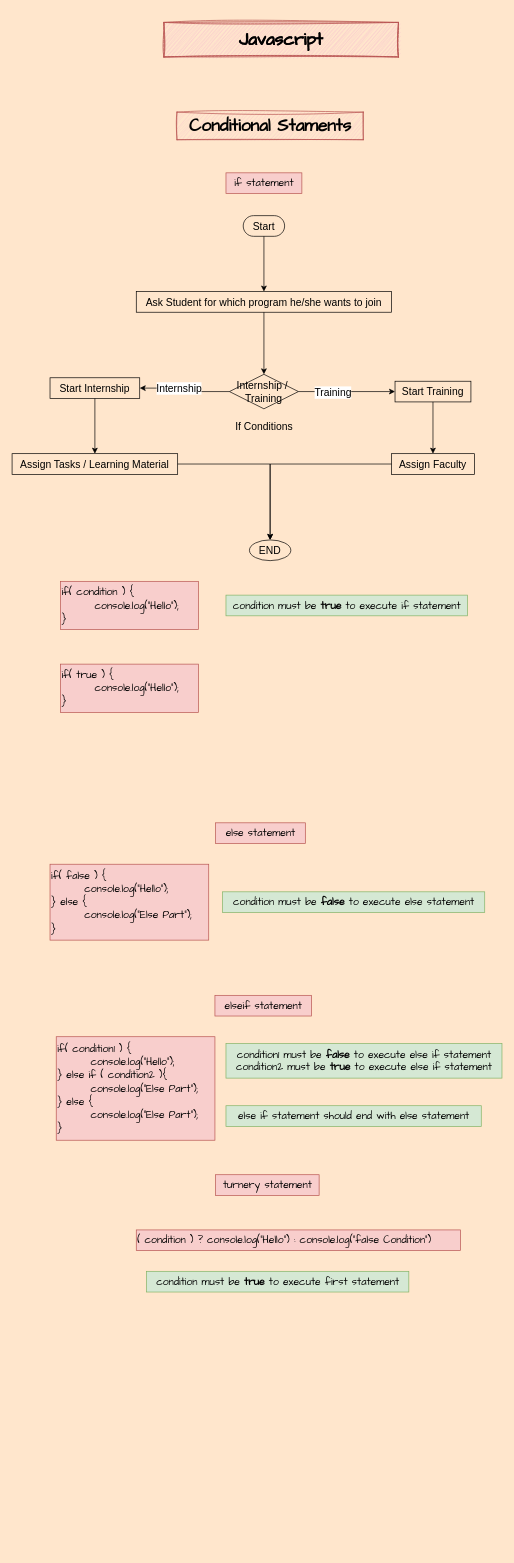
Earlier version of the draw.io diagram page "conditional statments" (2 of 3) of javascript basic to advance.drawio (Shiksha-Skills-Institute/web-development-notes). Source tidied: cells renumbered, new cells numbered last; positions are measured from the earlier drawing's top-left corner, leaving out a move shared by most shapes. Both pictures are drawn from the tidied source at 69%, with x=0, y=0 at pixel (12, 22).
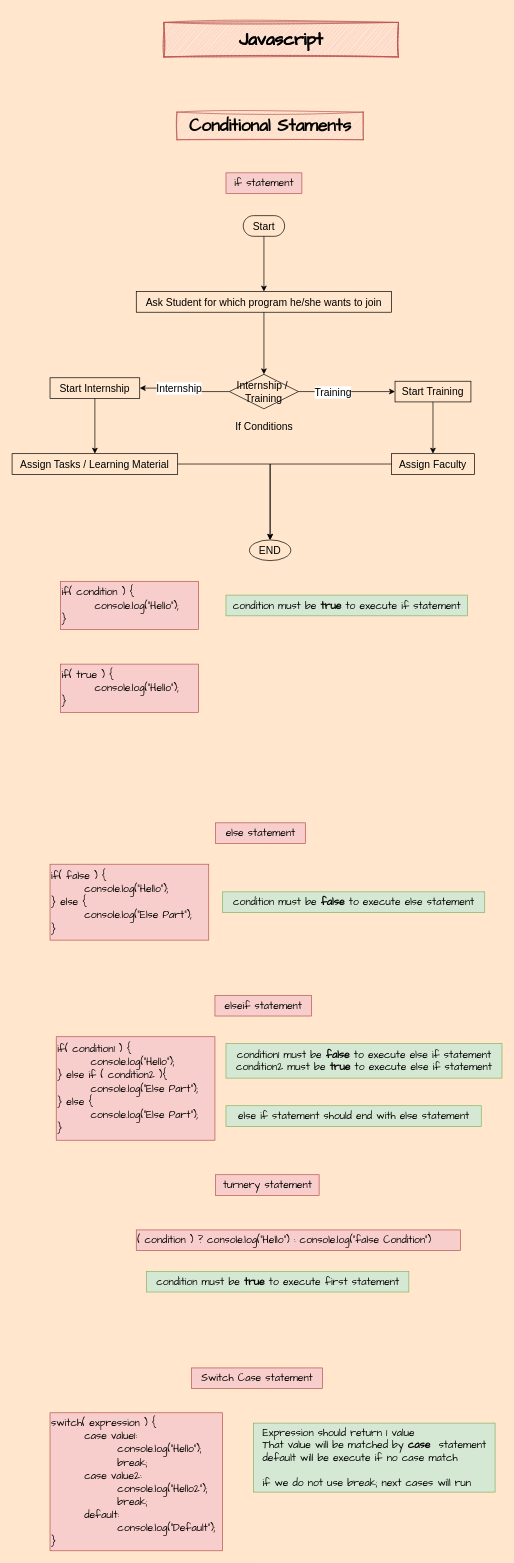
The same diagram, later.

What changed in the source:
```diff
@@
+    <mxCell id="38" value="&lt;font face=&quot;Comic Sans MS&quot;&gt;&lt;span&gt;switch(&amp;nbsp;&lt;/span&gt;&lt;/font&gt;&lt;span style=&quot;font-family: &amp;quot;Comic Sans MS&amp;quot;;&quot;&gt;expression&lt;/span&gt;&lt;font face=&quot;Comic Sans MS&quot;&gt;&lt;span&gt;&amp;nbsp;) {&lt;/span&gt;&lt;/font&gt;&lt;div&gt;&lt;font face=&quot;Comic Sans MS&quot;&gt;&lt;span style=&quot;white-space: pre;&quot;&gt;&#9;&lt;/span&gt;case value1:&lt;/font&gt;&lt;/div&gt;&lt;div&gt;&lt;font face=&quot;Comic Sans MS&quot;&gt;&lt;span style=&quot;white-space: pre;&quot;&gt;&#9;&lt;/span&gt;&lt;span style=&quot;white-space: pre;&quot;&gt;&#9;&lt;/span&gt;console.log(&quot;Hello&quot;);&lt;/font&gt;&lt;/div&gt;&lt;div&gt;&lt;font face=&quot;Comic Sans MS&quot;&gt;&lt;span style=&quot;white-space: pre;&quot;&gt;&#9;&lt;/span&gt;&lt;span style=&quot;white-space: pre;&quot;&gt;&#9;&lt;/span&gt;break;&lt;/font&gt;&lt;/div&gt;&lt;div&gt;&lt;font face=&quot;Comic Sans MS&quot;&gt;&lt;span style=&quot;white-space: pre;&quot;&gt;&#9;&lt;/span&gt;case value2:&lt;br&gt;&lt;/font&gt;&lt;/div&gt;&lt;div&gt;&lt;font face=&quot;Comic Sans MS&quot;&gt;&lt;span style=&quot;white-space: pre;&quot;&gt;&#9;&lt;span style=&quot;white-space: pre;&quot;&gt;&#9;&lt;/span&gt;&lt;/span&gt;&lt;/font&gt;&lt;span style=&quot;font-family: &amp;quot;Comic Sans MS&amp;quot;; background-color: transparent; color: light-dark(rgb(0, 0, 0), rgb(255, 255, 255));&quot;&gt;console.log(&quot;Hello2&quot;);&lt;/span&gt;&lt;div&gt;&lt;font face=&quot;Comic Sans MS&quot;&gt;&lt;span style=&quot;white-space-collapse: preserve;&quot;&gt;&#9;&lt;/span&gt;&lt;span style=&quot;white-space-collapse: preserve;&quot;&gt;&#9;&lt;/span&gt;break;&lt;/font&gt;&lt;/div&gt;&lt;div&gt;&lt;font face=&quot;Comic Sans MS&quot;&gt;&lt;span style=&quot;white-space: pre;&quot;&gt;&#9;&lt;/span&gt;default:&lt;br&gt;&lt;/font&gt;&lt;/div&gt;&lt;div&gt;&lt;font face=&quot;Comic Sans MS&quot;&gt;&lt;span style=&quot;white-space: pre;&quot;&gt;&#9;&lt;/span&gt;&lt;span style=&quot;white-space: pre;&quot;&gt;&#9;&lt;/span&gt;console.log(&quot;Default&quot;);&lt;br&gt;&lt;/font&gt;&lt;/div&gt;&lt;div&gt;&lt;span style=&quot;font-family: &amp;quot;Comic Sans MS&amp;quot;; background-color: transparent; color: light-dark(rgb(0, 0, 0), rgb(255, 255, 255));&quot;&gt;}&lt;/span&gt;&lt;/div&gt;&lt;/div&gt;" style="text;html=1;align=left;verticalAlign=middle;strokeColor=#b85450;fillColor=#f8cecc;fontSize=15;" parent="1" vertex="1">
+      <mxGeometry x="55" y="2015" width="250" height="200" as="geometry" />
+    </mxCell>
@@
+    <mxCell id="39" value="&lt;font face=&quot;Comic Sans MS&quot;&gt;&lt;span&gt;Switch Case statement&lt;/span&gt;&lt;/font&gt;" style="text;html=1;align=center;verticalAlign=middle;strokeColor=#b85450;fillColor=#f8cecc;fontSize=15;rounded=0;shadow=0;glass=0;" parent="1" vertex="1">
+      <mxGeometry x="260" y="1950" width="190" height="30" as="geometry" />
+    </mxCell>
@@
+    <mxCell id="40" value="&lt;div style=&quot;text-align: left;&quot;&gt;&lt;span style=&quot;background-color: transparent; color: light-dark(rgb(0, 0, 0), rgb(255, 255, 255));&quot;&gt;Expression should return 1 value&lt;/span&gt;&lt;/div&gt;&lt;div style=&quot;text-align: left;&quot;&gt;&lt;span style=&quot;background-color: transparent; color: light-dark(rgb(0, 0, 0), rgb(255, 255, 255));&quot;&gt;That value will be matched by &lt;b&gt;case&amp;nbsp;&lt;/b&gt;&amp;nbsp;statement&lt;/span&gt;&lt;/div&gt;&lt;div style=&quot;text-align: left;&quot;&gt;&lt;span style=&quot;background-color: transparent; color: light-dark(rgb(0, 0, 0), rgb(255, 255, 255));&quot;&gt;default will be execute if no case match&lt;/span&gt;&lt;/div&gt;&lt;div style=&quot;text-align: left;&quot;&gt;&lt;span style=&quot;background-color: transparent; color: light-dark(rgb(0, 0, 0), rgb(255, 255, 255));&quot;&gt;&lt;br&gt;&lt;/span&gt;&lt;/div&gt;&lt;div style=&quot;text-align: left;&quot;&gt;&lt;span style=&quot;background-color: transparent; color: light-dark(rgb(0, 0, 0), rgb(255, 255, 255));&quot;&gt;if we do not use break; next cases will run&amp;nbsp;&lt;/span&gt;&lt;/div&gt;" style="text;html=1;align=center;verticalAlign=middle;strokeColor=#82b366;fillColor=#d5e8d4;fontFamily=Comic Sans MS;fontSize=15;" parent="1" vertex="1">
+      <mxGeometry x="350" y="2030" width="350" height="100" as="geometry" />
+    </mxCell>
```
